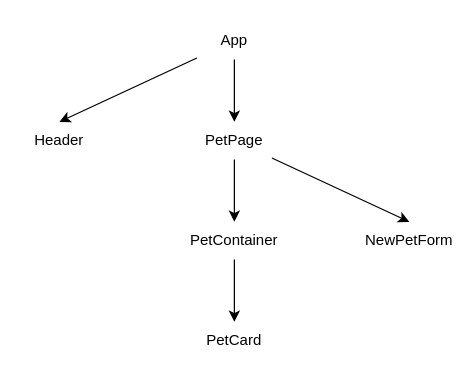
Before: src/DrawPets.drawio in Ketchuso/Animal-Adoption, a draw.io diagram. Source tidied: cells renumbered, new cells numbered last; positions are measured from the earlier drawing's top-left corner, leaving out a move shared by most shapes. Both pictures are drawn from the tidied source at 125%, with x=0, y=0 at pixel (21, 21).
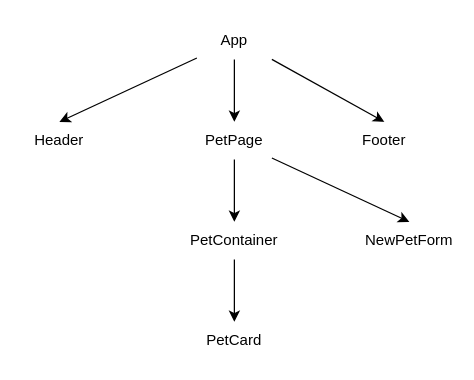
Above is the later version.

The edit, as a diff of the source:
```diff
@@
 <mxGraphModel>
   <root>
     <mxCell id="0" />
     <mxCell id="1" parent="0" />
     <mxCell id="2" style="edgeStyle=none;html=1;entryX=0.5;entryY=0;entryDx=0;entryDy=0;" parent="1" edge="1" source="4" target="11">
       <mxGeometry relative="1" as="geometry" />
     </mxCell>
     <mxCell id="3" style="edgeStyle=none;html=1;entryX=0.5;entryY=0;entryDx=0;entryDy=0;" parent="1" edge="1" source="4" target="5">
       <mxGeometry relative="1" as="geometry" />
     </mxCell>
+    <mxCell id="13" style="edgeStyle=none;html=1;exitX=1;exitY=1;exitDx=0;exitDy=0;entryX=0.5;entryY=0;entryDx=0;entryDy=0;" parent="1" edge="1" source="4" target="14">
+      <mxGeometry relative="1" as="geometry" />
+    </mxCell>
     <mxCell id="4" value="App" style="text;html=1;align=center;verticalAlign=middle;whiteSpace=wrap;rounded=0;" parent="1" vertex="1">
       <mxGeometry x="140" width="60" height="30" as="geometry" />
     </mxCell>
     <mxCell id="5" value="Header" style="text;html=1;align=center;verticalAlign=middle;whiteSpace=wrap;rounded=0;" parent="1" vertex="1">
       <mxGeometry y="80" width="60" height="30" as="geometry" />
     </mxCell>
     <mxCell id="6" style="edgeStyle=none;html=1;entryX=0.5;entryY=0;entryDx=0;entryDy=0;" parent="1" edge="1" source="7" target="12">
       <mxGeometry relative="1" as="geometry" />
     </mxCell>
     <mxCell id="7" value="PetContainer" style="text;html=1;align=center;verticalAlign=middle;whiteSpace=wrap;rounded=0;" parent="1" vertex="1">
       <mxGeometry x="140" y="160" width="60" height="30" as="geometry" />
     </mxCell>
     <mxCell id="8" value="NewPetForm" style="text;html=1;align=center;verticalAlign=middle;whiteSpace=wrap;rounded=0;" parent="1" vertex="1">
       <mxGeometry x="280" y="160" width="60" height="30" as="geometry" />
     </mxCell>
     <mxCell id="9" style="edgeStyle=none;html=1;entryX=0.5;entryY=0;entryDx=0;entryDy=0;" parent="1" edge="1" source="11" target="8">
       <mxGeometry relative="1" as="geometry" />
     </mxCell>
     <mxCell id="10" style="edgeStyle=none;html=1;entryX=0.5;entryY=0;entryDx=0;entryDy=0;" parent="1" edge="1" source="11" target="7">
       <mxGeometry relative="1" as="geometry" />
     </mxCell>
     <mxCell id="11" value="PetPage" style="text;html=1;align=center;verticalAlign=middle;whiteSpace=wrap;rounded=0;" parent="1" vertex="1">
       <mxGeometry x="140" y="80" width="60" height="30" as="geometry" />
     </mxCell>
     <mxCell id="12" value="PetCard" style="text;html=1;align=center;verticalAlign=middle;whiteSpace=wrap;rounded=0;" parent="1" vertex="1">
       <mxGeometry x="140" y="240" width="60" height="30" as="geometry" />
     </mxCell>
+    <mxCell id="14" value="Footer" style="text;html=1;align=center;verticalAlign=middle;whiteSpace=wrap;rounded=0;" parent="1" vertex="1">
+      <mxGeometry x="260" y="80" width="60" height="30" as="geometry" />
+    </mxCell>
   </root>
 </mxGraphModel>
```
